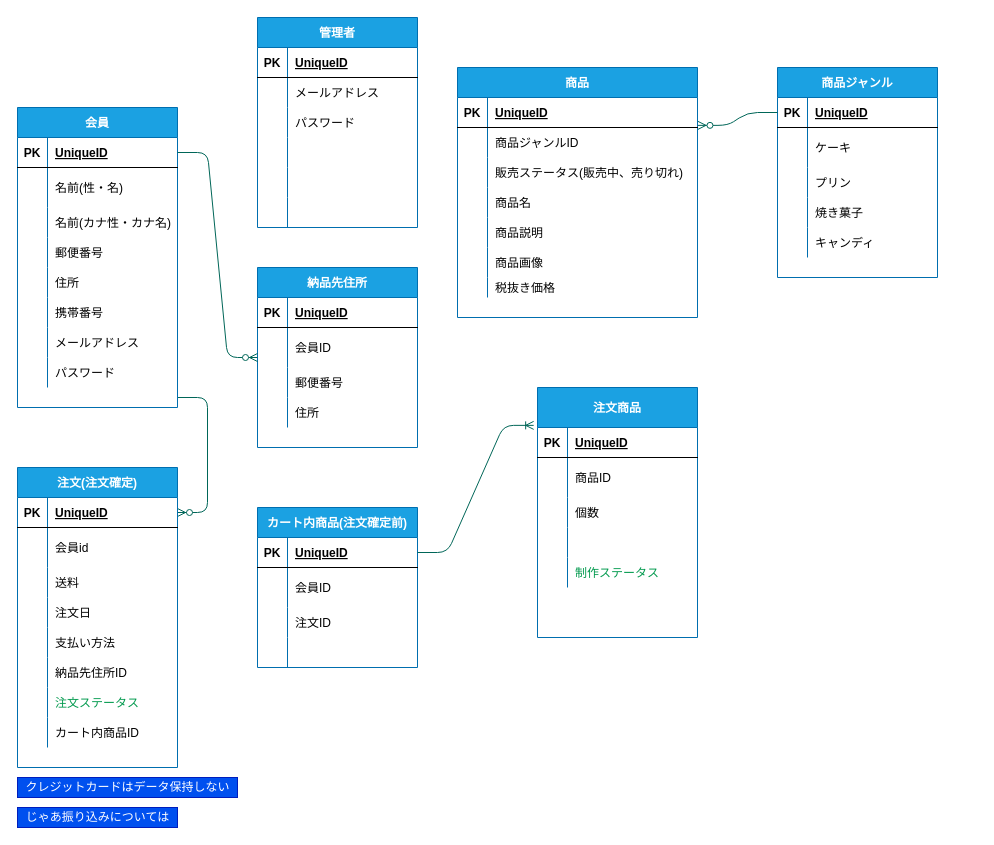
The draw.io diagram Untitled Diagram.drawio in mizu11pro/Application-problem1, before the edit. Source tidied: cells renumbered, new cells numbered last; positions are measured from the earlier drawing's top-left corner, leaving out a move shared by most shapes. Both pictures are drawn from the tidied source at 100%, with x=0, y=0 at pixel (17, 17).
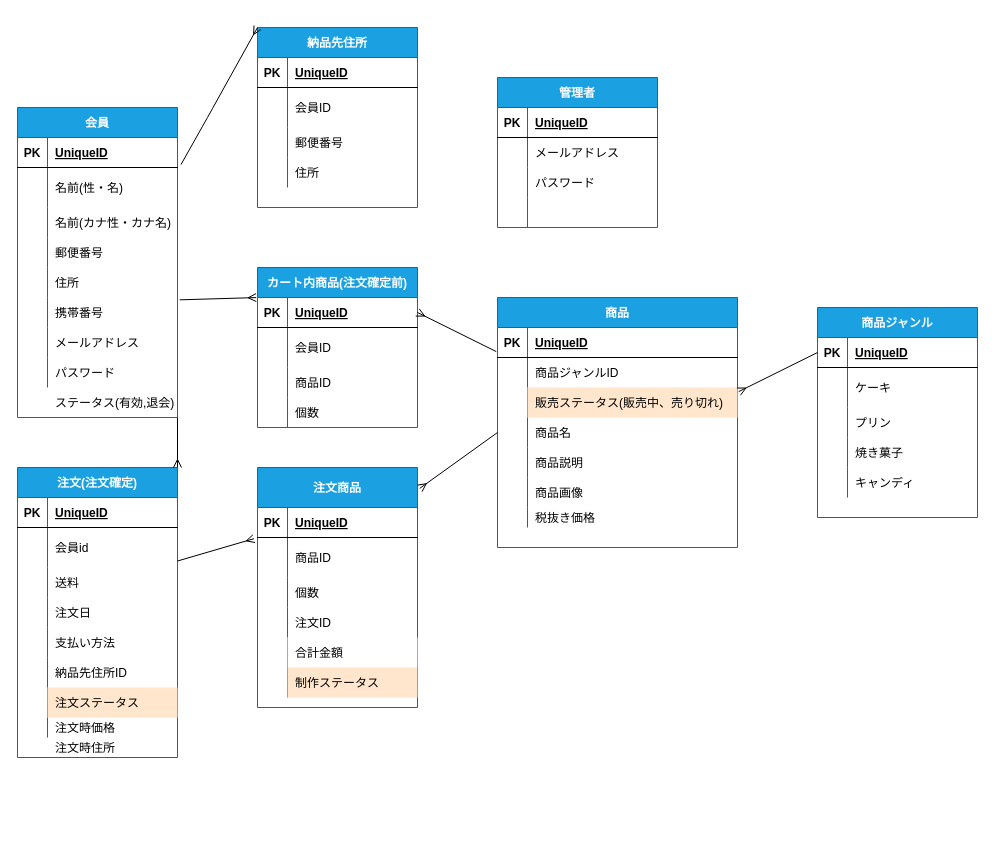
After the change.

Unchanged cells that the change refers to:
```xml
<mxCell id="4" style="shape=partialRectangle;fillColor=none;top=0;left=0;bottom=1;right=0;points=[[0,0.5],[1,0.5]];portConstraint=eastwest;" parent="3" vertex="1">
  <mxGeometry y="30" width="160" height="30" as="geometry" />
</mxCell>
<mxCell id="7" style="shape=partialRectangle;fillColor=none;top=0;left=0;bottom=0;right=0;points=[[0,0.5],[1,0.5]];portConstraint=eastwest;" parent="3" vertex="1">
  <mxGeometry y="60" width="160" height="40" as="geometry" />
</mxCell>
<mxCell id="19" style="shape=partialRectangle;fillColor=none;top=0;left=0;bottom=0;right=0;points=[[0,0.5],[1,0.5]];portConstraint=eastwest;" parent="3" vertex="1">
  <mxGeometry y="190" width="160" height="30" as="geometry" />
</mxCell>
<mxCell id="29" style="shape=partialRectangle;fillColor=none;top=0;left=0;bottom=1;right=0;points=[[0,0.5],[1,0.5]];portConstraint=eastwest;" parent="28" vertex="1">
  <mxGeometry y="30" width="160" height="30" as="geometry" />
</mxCell>
<mxCell id="32" style="shape=partialRectangle;fillColor=none;top=0;left=0;bottom=0;right=0;points=[[0,0.5],[1,0.5]];portConstraint=eastwest;" parent="28" vertex="1">
  <mxGeometry y="60" width="160" height="40" as="geometry" />
</mxCell>
<mxCell id="47" style="shape=partialRectangle;fillColor=none;top=0;left=0;bottom=0;right=0;" parent="28" vertex="1">
  <mxGeometry y="220" width="160" height="30" as="geometry" />
</mxCell>
<mxCell id="54" style="shape=partialRectangle;fillColor=none;top=0;left=0;bottom=1;right=0;points=[[0,0.5],[1,0.5]];portConstraint=eastwest;" parent="53" vertex="1">
  <mxGeometry y="30" width="160" height="30" as="geometry" />
</mxCell>
<mxCell id="60" style="shape=partialRectangle;fillColor=none;top=0;left=0;bottom=0;right=0;" parent="53" vertex="1">
  <mxGeometry y="100" width="160" height="30" as="geometry" />
</mxCell>
<mxCell id="63" style="shape=partialRectangle;fillColor=none;top=0;left=0;bottom=0;right=0;" parent="53" vertex="1">
  <mxGeometry y="130" width="160" height="30" as="geometry" />
</mxCell>
<mxCell id="67" style="shape=partialRectangle;fillColor=none;top=0;left=0;bottom=1;right=0;points=[[0,0.5],[1,0.5]];portConstraint=eastwest;" parent="66" vertex="1">
  <mxGeometry y="40" width="160" height="30" as="geometry" />
</mxCell>
<mxCell id="70" style="shape=partialRectangle;fillColor=none;top=0;left=0;bottom=0;right=0;points=[[0,0.5],[1,0.5]];portConstraint=eastwest;" parent="66" vertex="1">
  <mxGeometry y="70" width="160" height="40" as="geometry" />
</mxCell>
<mxCell id="76" style="shape=partialRectangle;fillColor=none;top=0;left=0;bottom=0;right=0;" parent="66" vertex="1">
  <mxGeometry y="140" width="160" height="30" as="geometry" />
</mxCell>
<mxCell id="79" style="shape=partialRectangle;fillColor=none;top=0;left=0;bottom=0;right=0;" parent="66" vertex="1">
  <mxGeometry y="170" width="160" height="30" as="geometry" />
</mxCell>
<mxCell id="117" style="shape=partialRectangle;fillColor=none;top=0;left=0;bottom=1;right=0;points=[[0,0.5],[1,0.5]];portConstraint=eastwest;" parent="116" vertex="1">
  <mxGeometry y="30" width="240" height="30" as="geometry" />
</mxCell>
<mxCell id="120" style="shape=partialRectangle;fillColor=none;top=0;left=0;bottom=0;right=0;points=[[0,0.5],[1,0.5]];portConstraint=eastwest;" parent="116" vertex="1">
  <mxGeometry y="60" width="240" height="30" as="geometry" />
</mxCell>
<mxCell id="123" style="shape=partialRectangle;fillColor=none;top=0;left=0;bottom=0;right=0;points=[[0,0.5],[1,0.5]];portConstraint=eastwest;" parent="116" vertex="1">
  <mxGeometry y="90" width="240" height="30" as="geometry" />
</mxCell>
<mxCell id="126" style="shape=partialRectangle;fillColor=none;top=0;left=0;bottom=0;right=0;points=[[0,0.5],[1,0.5]];portConstraint=eastwest;" parent="116" vertex="1">
  <mxGeometry y="120" width="240" height="30" as="geometry" />
</mxCell>
<mxCell id="139" style="shape=partialRectangle;fillColor=none;top=0;left=0;bottom=1;right=0;points=[[0,0.5],[1,0.5]];portConstraint=eastwest;" parent="138" vertex="1">
  <mxGeometry y="30" width="160" height="30" as="geometry" />
</mxCell>
```

Change to the diagram source:
```diff
@@
-    <mxCell id="2" style="edgeStyle=entityRelationEdgeStyle;sketch=0;jettySize=auto;html=1;shadow=0;endArrow=ERzeroToMany;endFill=1;strokeColor=#006658;fontSize=12;fontColor=#00FF00;" parent="1" edge="1" target="29">
-      <mxGeometry relative="1" as="geometry">
-        <mxPoint x="160" y="380" as="sourcePoint" />
-      </mxGeometry>
-    </mxCell>
     <mxCell id="3" value="会員" style="shape=table;startSize=30;childLayout=tableLayout;rowLines=0;fontStyle=1;align=center;rounded=0;sketch=0;strokeColor=#006EAF;fillColor=#1ba1e2;fontSize=12;fontColor=#ffffff;" parent="1" vertex="1">
-      <mxGeometry y="90" width="160" height="300" as="geometry" />
+      <mxGeometry y="90" width="160" height="310" as="geometry" />
     </mxCell>
@@
     <mxCell id="28" value="注文(注文確定)" style="shape=table;startSize=30;childLayout=tableLayout;rowLines=0;fontStyle=1;align=center;rounded=0;sketch=0;strokeColor=#006EAF;fillColor=#1ba1e2;fontSize=12;fontColor=#ffffff;" parent="1" vertex="1">
-      <mxGeometry y="450" width="160" height="300" as="geometry" />
+      <mxGeometry y="450" width="160" height="290" as="geometry" />
     </mxCell>
@@
-    <mxCell id="49" value="注文ステータス" style="shape=partialRectangle;fillColor=none;top=0;left=0;bottom=0;right=0;align=left;spacingLeft=6;overflow=hidden;fontColor=#00994D;" parent="47" vertex="1">
+    <mxCell id="49" value="注文ステータス" style="shape=partialRectangle;top=0;left=0;bottom=0;right=0;align=left;spacingLeft=6;overflow=hidden;fillColor=#ffe6cc;strokeColor=#d79b00;" parent="47" vertex="1">
       <mxGeometry x="30" width="130" height="30" as="geometry" />
     </mxCell>
     <mxCell id="50" style="shape=partialRectangle;fillColor=none;top=0;left=0;bottom=0;right=0;" parent="28" vertex="1">
-      <mxGeometry y="250" width="160" height="30" as="geometry" />
+      <mxGeometry y="250" width="160" height="20" as="geometry" />
     </mxCell>
     <mxCell id="51" style="shape=partialRectangle;fillColor=none;top=0;left=0;bottom=0;right=0;overflow=hidden;" parent="50" vertex="1">
-      <mxGeometry width="30" height="30" as="geometry" />
+      <mxGeometry width="30" height="20" as="geometry" />
     </mxCell>
-    <mxCell id="52" value="カート内商品ID" style="shape=partialRectangle;fillColor=none;top=0;left=0;bottom=0;right=0;align=left;spacingLeft=6;overflow=hidden;" parent="50" vertex="1">
-      <mxGeometry x="30" width="130" height="30" as="geometry" />
+    <mxCell id="52" value="注文時価格" style="shape=partialRectangle;fillColor=none;top=0;left=0;bottom=0;right=0;align=left;spacingLeft=6;overflow=hidden;" parent="50" vertex="1">
+      <mxGeometry x="30" width="130" height="20" as="geometry" />
     </mxCell>
     <mxCell id="53" value="カート内商品(注文確定前)" style="shape=table;startSize=30;childLayout=tableLayout;rowLines=0;fontStyle=1;align=center;rounded=0;sketch=0;strokeColor=#006EAF;fillColor=#1ba1e2;fontSize=12;fontColor=#ffffff;" parent="1" vertex="1">
-      <mxGeometry x="240" y="490" width="160" height="160" as="geometry" />
+      <mxGeometry x="240" y="250" width="160" height="160" as="geometry" />
     </mxCell>
@@
-    <mxCell id="62" value="注文ID" style="shape=partialRectangle;fillColor=none;top=0;left=0;bottom=0;right=0;align=left;spacingLeft=6;overflow=hidden;" parent="60" vertex="1">
+    <mxCell id="62" value="商品ID" style="shape=partialRectangle;fillColor=none;top=0;left=0;bottom=0;right=0;align=left;spacingLeft=6;overflow=hidden;" parent="60" vertex="1">
       <mxGeometry x="30" width="130" height="30" as="geometry" />
     </mxCell>
@@
-    <mxCell id="65" style="shape=partialRectangle;fillColor=none;top=0;left=0;bottom=0;right=0;align=left;spacingLeft=6;overflow=hidden;" parent="63" vertex="1">
+    <mxCell id="65" value="個数" style="shape=partialRectangle;fillColor=none;top=0;left=0;bottom=0;right=0;align=left;spacingLeft=6;overflow=hidden;" parent="63" vertex="1">
       <mxGeometry x="30" width="130" height="30" as="geometry" />
     </mxCell>
     <mxCell id="66" value="注文商品" style="shape=table;startSize=40;childLayout=tableLayout;rowLines=0;fontStyle=1;align=center;rounded=0;sketch=0;strokeColor=#006EAF;fillColor=#1ba1e2;fontSize=12;fontColor=#ffffff;" parent="1" vertex="1">
-      <mxGeometry x="520" y="370" width="160" height="250" as="geometry" />
+      <mxGeometry x="240" y="450" width="160" height="240" as="geometry" />
     </mxCell>
@@
-    <mxCell id="78" style="shape=partialRectangle;fillColor=none;top=0;left=0;bottom=0;right=0;align=left;spacingLeft=6;overflow=hidden;" parent="76" vertex="1">
+    <mxCell id="78" value="注文ID" style="shape=partialRectangle;fillColor=none;top=0;left=0;bottom=0;right=0;align=left;spacingLeft=6;overflow=hidden;" parent="76" vertex="1">
       <mxGeometry x="30" width="130" height="30" as="geometry" />
     </mxCell>
@@
-    <mxCell id="81" value="制作ステータス" style="shape=partialRectangle;fillColor=none;top=0;left=0;bottom=0;right=0;align=left;spacingLeft=6;overflow=hidden;fontColor=#00994D;" parent="79" vertex="1">
+    <mxCell id="81" value="合計金額" style="shape=partialRectangle;top=0;left=0;bottom=0;right=0;align=left;spacingLeft=6;overflow=hidden;" parent="79" vertex="1">
       <mxGeometry x="30" width="130" height="30" as="geometry" />
     </mxCell>
-    <mxCell id="82" style="edgeStyle=entityRelationEdgeStyle;fontSize=12;html=1;endArrow=ERoneToMany;shadow=0;strokeColor=#006658;exitX=1;exitY=0.5;exitDx=0;exitDy=0;entryX=-0.024;entryY=-0.071;entryDx=0;entryDy=0;entryPerimeter=0;" parent="1" edge="1" source="54" target="67">
-      <mxGeometry relative="1" as="geometry" />
-    </mxCell>
+    <mxCell id="157" style="shape=partialRectangle;fillColor=none;top=0;left=0;bottom=0;right=0;" parent="66" vertex="1">
+      <mxGeometry y="200" width="160" height="30" as="geometry" />
+    </mxCell>
+    <mxCell id="158" style="shape=partialRectangle;fillColor=none;top=0;left=0;bottom=0;right=0;overflow=hidden;" parent="157" vertex="1">
+      <mxGeometry width="30" height="30" as="geometry" />
+    </mxCell>
+    <mxCell id="159" value="制作ステータス" style="shape=partialRectangle;top=0;left=0;bottom=0;right=0;align=left;spacingLeft=6;overflow=hidden;fillColor=#ffe6cc;strokeColor=#d79b00;" parent="157" vertex="1">
+      <mxGeometry x="30" width="130" height="30" as="geometry" />
+    </mxCell>
     <mxCell id="83" value="納品先住所" style="shape=table;startSize=30;childLayout=tableLayout;rowLines=0;fontStyle=1;align=center;rounded=0;sketch=0;strokeColor=#006EAF;fillColor=#1ba1e2;fontSize=12;fontColor=#ffffff;" parent="1" vertex="1">
-      <mxGeometry x="240" y="250" width="160" height="180" as="geometry" />
+      <mxGeometry x="240" y="10" width="160" height="180" as="geometry" />
     </mxCell>
@@
-    <mxCell id="96" style="edgeStyle=entityRelationEdgeStyle;sketch=0;jettySize=auto;html=1;exitX=1;exitY=0.5;exitDx=0;exitDy=0;shadow=0;endArrow=ERzeroToMany;endFill=1;strokeColor=#006658;fontSize=12;fontColor=#00994D;" parent="1" edge="1" source="4" target="83">
-      <mxGeometry relative="1" as="geometry" />
-    </mxCell>
     <mxCell id="97" value="管理者" style="shape=table;startSize=30;childLayout=tableLayout;rowLines=0;fontStyle=1;align=center;rounded=0;sketch=0;fontSize=12;fillColor=#1ba1e2;strokeColor=#006EAF;fontColor=#ffffff;" parent="1" vertex="1">
-      <mxGeometry x="240" width="160" height="210" as="geometry" />
+      <mxGeometry x="480" y="60" width="160" height="150" as="geometry" />
     </mxCell>
@@
-    <mxCell id="110" style="shape=partialRectangle;fillColor=none;top=0;left=0;bottom=0;right=0;" parent="97" vertex="1">
-      <mxGeometry y="150" width="160" height="30" as="geometry" />
-    </mxCell>
-    <mxCell id="111" style="shape=partialRectangle;fillColor=none;top=0;left=0;bottom=0;right=0;overflow=hidden;" parent="110" vertex="1">
-      <mxGeometry width="30" height="30" as="geometry" />
-    </mxCell>
-    <mxCell id="112" style="shape=partialRectangle;fillColor=none;top=0;left=0;bottom=0;right=0;align=left;spacingLeft=6;overflow=hidden;" parent="110" vertex="1">
-      <mxGeometry x="30" width="130" height="30" as="geometry" />
-    </mxCell>
-    <mxCell id="113" style="shape=partialRectangle;fillColor=none;top=0;left=0;bottom=0;right=0;" parent="97" vertex="1">
-      <mxGeometry y="180" width="160" height="30" as="geometry" />
-    </mxCell>
-    <mxCell id="114" style="shape=partialRectangle;fillColor=none;top=0;left=0;bottom=0;right=0;overflow=hidden;" parent="113" vertex="1">
-      <mxGeometry width="30" height="30" as="geometry" />
-    </mxCell>
-    <mxCell id="115" style="shape=partialRectangle;fillColor=none;top=0;left=0;bottom=0;right=0;align=left;spacingLeft=6;overflow=hidden;" parent="113" vertex="1">
-      <mxGeometry x="30" width="130" height="30" as="geometry" />
-    </mxCell>
     <mxCell id="116" value="商品" style="shape=table;startSize=30;childLayout=tableLayout;rowLines=0;fontStyle=1;align=center;rounded=0;sketch=0;strokeColor=#006EAF;fillColor=#1ba1e2;fontSize=12;fontColor=#ffffff;" parent="1" vertex="1">
-      <mxGeometry x="440" y="50" width="240" height="250" as="geometry" />
+      <mxGeometry x="480" y="280" width="240" height="250" as="geometry" />
     </mxCell>
@@
-    <mxCell id="125" value="販売ステータス(販売中、売り切れ)" style="shape=partialRectangle;fillColor=none;top=0;left=0;bottom=0;right=0;align=left;spacingLeft=6;overflow=hidden;" parent="123" vertex="1">
+    <mxCell id="125" value="販売ステータス(販売中、売り切れ)" style="shape=partialRectangle;fillColor=#ffe6cc;top=0;left=0;bottom=0;right=0;align=left;spacingLeft=6;overflow=hidden;strokeColor=#d79b00;" parent="123" vertex="1">
       <mxGeometry x="30" width="210" height="30" as="geometry" />
     </mxCell>
@@
     <mxCell id="138" value="商品ジャンル" style="shape=table;startSize=30;childLayout=tableLayout;rowLines=0;fontStyle=1;align=center;rounded=0;sketch=0;strokeColor=#006EAF;fillColor=#1ba1e2;fontSize=12;fontColor=#ffffff;" parent="1" vertex="1">
-      <mxGeometry x="760" y="50" width="160" height="210" as="geometry" />
+      <mxGeometry x="800" y="290" width="160" height="210" as="geometry" />
     </mxCell>
@@
-    <mxCell id="154" style="edgeStyle=entityRelationEdgeStyle;sketch=0;jettySize=auto;html=1;exitX=0;exitY=0.5;exitDx=0;exitDy=0;entryX=1.002;entryY=-0.071;entryDx=0;entryDy=0;entryPerimeter=0;shadow=0;endArrow=ERzeroToMany;endFill=1;strokeColor=#006658;fontSize=12;fontColor=#00994D;" parent="1" edge="1" source="139" target="120">
-      <mxGeometry relative="1" as="geometry" />
-    </mxCell>
-    <mxCell id="155" value="クレジットカードはデータ保持しない" style="text;html=1;align=center;verticalAlign=middle;fontSize=12;fontColor=#ffffff;fillColor=#0050ef;strokeColor=#001DBC;" parent="1" vertex="1">
-      <mxGeometry y="760" width="220" height="20" as="geometry" />
-    </mxCell>
-    <mxCell id="156" value="じゃあ振り込みについては" style="text;html=1;align=center;verticalAlign=middle;fontSize=12;fontColor=#ffffff;fillColor=#0050ef;strokeColor=#001DBC;" parent="1" vertex="1">
-      <mxGeometry y="790" width="160" height="20" as="geometry" />
-    </mxCell>
+    <mxCell id="160" style="endArrow=none;html=1;entryX=1.014;entryY=0.078;entryDx=0;entryDy=0;entryPerimeter=0;exitX=-0.008;exitY=0.188;exitDx=0;exitDy=0;exitPerimeter=0;startArrow=ERmany;startFill=0;endFill=0;" parent="1" edge="1" source="53" target="19">
+      <mxGeometry relative="1" as="geometry" />
+    </mxCell>
+    <mxCell id="161" style="endArrow=none;html=1;exitX=1;exitY=0.5;exitDx=0;exitDy=0;endFill=0;startArrow=ERmany;startFill=0;entryX=-0.005;entryY=0.804;entryDx=0;entryDy=0;entryPerimeter=0;" parent="1" edge="1" source="54" target="117">
+      <mxGeometry relative="1" as="geometry" />
+    </mxCell>
+    <mxCell id="162" style="endArrow=none;html=1;entryX=0;entryY=0.5;entryDx=0;entryDy=0;exitX=1.014;exitY=0.087;exitDx=0;exitDy=0;exitPerimeter=0;startArrow=ERmany;startFill=0;" parent="1" edge="1" source="66" target="126">
+      <mxGeometry relative="1" as="geometry" />
+    </mxCell>
+    <mxCell id="163" style="endArrow=none;html=1;entryX=1;entryY=0.838;entryDx=0;entryDy=0;entryPerimeter=0;exitX=-0.022;exitY=0.029;exitDx=0;exitDy=0;exitPerimeter=0;startArrow=ERmany;startFill=0;" parent="1" edge="1" source="70" target="32">
+      <mxGeometry relative="1" as="geometry" />
+    </mxCell>
+    <mxCell id="164" style="endArrow=none;html=1;exitX=1;exitY=0;exitDx=0;exitDy=0;startArrow=ERmany;startFill=0;" parent="1" edge="1" source="28">
+      <mxGeometry relative="1" as="geometry">
+        <mxPoint x="160" y="400" as="targetPoint" />
+      </mxGeometry>
+    </mxCell>
+    <mxCell id="165" style="shape=partialRectangle;fillColor=none;top=0;left=0;bottom=0;right=0;" parent="1" vertex="1">
+      <mxGeometry y="710" width="160" height="40" as="geometry" />
+    </mxCell>
+    <mxCell id="166" style="shape=partialRectangle;fillColor=none;top=0;left=0;bottom=0;right=0;overflow=hidden;" parent="165" vertex="1">
+      <mxGeometry width="30" height="40" as="geometry" />
+    </mxCell>
+    <mxCell id="167" value="注文時住所" style="shape=partialRectangle;fillColor=none;top=0;left=0;bottom=0;right=0;align=left;spacingLeft=6;overflow=hidden;" parent="165" vertex="1">
+      <mxGeometry x="30" width="130" height="40" as="geometry" />
+    </mxCell>
+    <mxCell id="168" value="ステータス(有効,退会)" style="shape=partialRectangle;fillColor=none;top=0;left=0;bottom=0;right=0;align=left;spacingLeft=6;overflow=hidden;" parent="1" vertex="1">
+      <mxGeometry x="30" y="370" width="130" height="30" as="geometry" />
+    </mxCell>
+    <mxCell id="169" style="endArrow=ERmany;html=1;entryX=1.005;entryY=0.137;entryDx=0;entryDy=0;entryPerimeter=0;exitX=0;exitY=0.5;exitDx=0;exitDy=0;startArrow=none;startFill=0;endFill=0;" parent="1" edge="1" source="139" target="123">
+      <mxGeometry relative="1" as="geometry" />
+    </mxCell>
+    <mxCell id="170" style="endArrow=ERmany;html=1;entryX=0;entryY=0;entryDx=0;entryDy=0;exitX=1.022;exitY=-0.074;exitDx=0;exitDy=0;exitPerimeter=0;endFill=0;" parent="1" edge="1" source="7" target="83">
+      <mxGeometry relative="1" as="geometry">
+        <Array as="points">
+          <mxPoint x="190" y="100" />
+        </Array>
+      </mxGeometry>
+    </mxCell>
```
